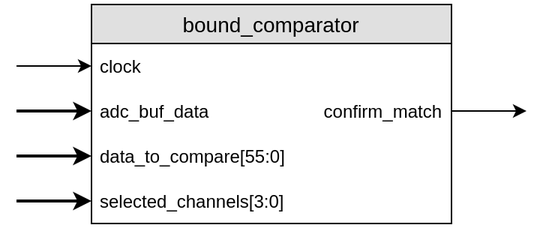
This is Report/Diploma/images/bound_comparator.png from gra98rus/Stand-for-Calorimeter-Crystal, a draw.io export, as it was before one commit. Source tidied: cells renumbered, new cells last; positions are measured from the earlier drawing's top-left corner, leaving out a move shared by most shapes. The source it was exported from:
```xml
<mxGraphModel>
  <root>
    <mxCell id="0" />
    <mxCell id="1" parent="0" />
    <mxCell id="2" value="bound_comparator" style="swimlane;fontStyle=0;horizontal=1;startSize=26;fillColor=#e0e0e0;swimlaneFillColor=#ffffff;align=center;fontSize=14;rounded=0;shadow=0;glass=0;comic=0;strokeColor=#000000;html=0;" parent="1" vertex="1">
      <mxGeometry x="50" width="240" height="146" as="geometry" />
    </mxCell>
    <mxCell id="3" style="shape=partialRectangle;top=0;left=0;right=0;bottom=1;align=right;verticalAlign=middle;fillColor=none;spacingLeft=34;spacingRight=4;overflow=hidden;points=[[0,0.5],[1,0.5]];portConstraint=eastwest;fontStyle=0;fontSize=12;strokeColor=none;fontColor=#000000;" parent="2" vertex="1">
      <mxGeometry y="26" width="240" height="30" as="geometry" />
    </mxCell>
    <mxCell id="4" value="clock" style="shape=partialRectangle;top=0;left=0;bottom=0;fillColor=none;align=left;verticalAlign=middle;spacingLeft=4;spacingRight=4;overflow=hidden;fontSize=12;strokeColor=none;" parent="3" vertex="1">
      <mxGeometry width="70" height="30" as="geometry" />
    </mxCell>
    <mxCell id="5" value="confirm_match" style="shape=partialRectangle;top=0;left=0;right=0;bottom=1;align=right;verticalAlign=middle;fillColor=none;spacingLeft=34;spacingRight=4;overflow=hidden;points=[[0,0.5],[1,0.5]];portConstraint=eastwest;fontStyle=0;fontSize=12;strokeColor=none;fontColor=#000000;" parent="2" vertex="1">
      <mxGeometry y="56" width="240" height="30" as="geometry" />
    </mxCell>
    <mxCell id="6" value="adc_buf_data " style="shape=partialRectangle;top=0;left=0;bottom=0;fillColor=none;align=left;verticalAlign=middle;spacingLeft=4;spacingRight=4;overflow=hidden;fontSize=12;strokeColor=none;" parent="5" vertex="1">
      <mxGeometry width="120" height="30" as="geometry" />
    </mxCell>
    <mxCell id="7" style="shape=partialRectangle;top=0;left=0;right=0;bottom=1;align=right;verticalAlign=middle;fillColor=none;spacingLeft=34;spacingRight=4;overflow=hidden;points=[[0,0.5],[1,0.5]];portConstraint=eastwest;fontStyle=0;fontSize=12;strokeColor=none;fontColor=#000000;" parent="2" vertex="1">
      <mxGeometry y="86" width="240" height="30" as="geometry" />
    </mxCell>
    <mxCell id="8" value="data_to_compare[55:0]" style="shape=partialRectangle;top=0;left=0;bottom=0;fillColor=none;align=left;verticalAlign=middle;spacingLeft=4;spacingRight=4;overflow=hidden;fontSize=12;strokeColor=none;" parent="7" vertex="1">
      <mxGeometry width="140" height="30" as="geometry" />
    </mxCell>
    <mxCell id="9" style="shape=partialRectangle;top=0;left=0;right=0;bottom=1;align=right;verticalAlign=middle;fillColor=none;spacingLeft=34;spacingRight=4;overflow=hidden;points=[[0,0.5],[1,0.5]];portConstraint=eastwest;fontStyle=0;fontSize=12;strokeColor=none;fontColor=#000000;" parent="2" vertex="1">
      <mxGeometry y="116" width="240" height="30" as="geometry" />
    </mxCell>
    <mxCell id="10" value="selected_channels[3:0]" style="shape=partialRectangle;top=0;left=0;bottom=0;fillColor=none;align=left;verticalAlign=middle;spacingLeft=4;spacingRight=4;overflow=hidden;fontSize=12;strokeColor=none;" parent="9" vertex="1">
      <mxGeometry width="160" height="30" as="geometry" />
    </mxCell>
    <mxCell id="11" style="edgeStyle=orthogonalEdgeStyle;rounded=0;jettySize=auto;html=1;exitX=1;exitY=0.5;exitDx=0;exitDy=0;" parent="1" edge="1" source="5">
      <mxGeometry relative="1" as="geometry">
        <mxPoint x="340" y="71" as="targetPoint" />
      </mxGeometry>
    </mxCell>
    <mxCell id="12" style="edgeStyle=orthogonalEdgeStyle;rounded=0;jettySize=auto;html=1;exitX=0;exitY=0.5;exitDx=0;exitDy=0;startArrow=classic;startFill=1;endArrow=none;endFill=0;" parent="1" edge="1" source="3">
      <mxGeometry relative="1" as="geometry">
        <mxPoint y="41" as="targetPoint" />
      </mxGeometry>
    </mxCell>
    <mxCell id="13" style="edgeStyle=orthogonalEdgeStyle;rounded=0;jettySize=auto;html=1;exitX=0;exitY=0.5;exitDx=0;exitDy=0;startArrow=classic;startFill=1;endArrow=none;endFill=0;strokeWidth=2;" parent="1" edge="1" source="5">
      <mxGeometry relative="1" as="geometry">
        <mxPoint y="71" as="targetPoint" />
      </mxGeometry>
    </mxCell>
    <mxCell id="14" style="edgeStyle=orthogonalEdgeStyle;rounded=0;jettySize=auto;html=1;exitX=0;exitY=0.5;exitDx=0;exitDy=0;startArrow=classic;startFill=1;endArrow=none;endFill=0;strokeWidth=2;" parent="1" edge="1" source="7">
      <mxGeometry relative="1" as="geometry">
        <mxPoint y="101" as="targetPoint" />
      </mxGeometry>
    </mxCell>
    <mxCell id="15" style="edgeStyle=orthogonalEdgeStyle;rounded=0;jettySize=auto;html=1;exitX=0;exitY=0.5;exitDx=0;exitDy=0;startArrow=classic;startFill=1;endArrow=none;endFill=0;strokeWidth=2;" parent="1" edge="1" source="9">
      <mxGeometry relative="1" as="geometry">
        <mxPoint y="131" as="targetPoint" />
      </mxGeometry>
    </mxCell>
  </root>
</mxGraphModel>
```
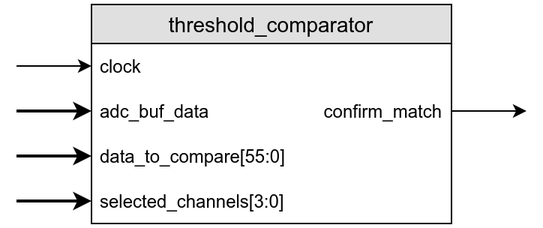
The same file after the commit.

Change to the diagram source:
```diff
@@ -2,7 +2,7 @@
   <root>
     <mxCell id="0" />
     <mxCell id="1" parent="0" />
-    <mxCell id="2" value="bound_comparator" style="swimlane;fontStyle=0;horizontal=1;startSize=26;fillColor=#e0e0e0;swimlaneFillColor=#ffffff;align=center;fontSize=14;rounded=0;shadow=0;glass=0;comic=0;strokeColor=#000000;html=0;" parent="1" vertex="1">
+    <mxCell id="2" value="threshold_comparator" style="swimlane;fontStyle=0;horizontal=1;startSize=26;fillColor=#e0e0e0;swimlaneFillColor=#ffffff;align=center;fontSize=14;rounded=0;shadow=0;glass=0;comic=0;strokeColor=#000000;html=0;" parent="1" vertex="1">
       <mxGeometry x="50" width="240" height="146" as="geometry" />
     </mxCell>
     <mxCell id="3" style="shape=partialRectangle;top=0;left=0;right=0;bottom=1;align=right;verticalAlign=middle;fillColor=none;spacingLeft=34;spacingRight=4;overflow=hidden;points=[[0,0.5],[1,0.5]];portConstraint=eastwest;fontStyle=0;fontSize=12;strokeColor=none;fontColor=#000000;" parent="2" vertex="1">
```
